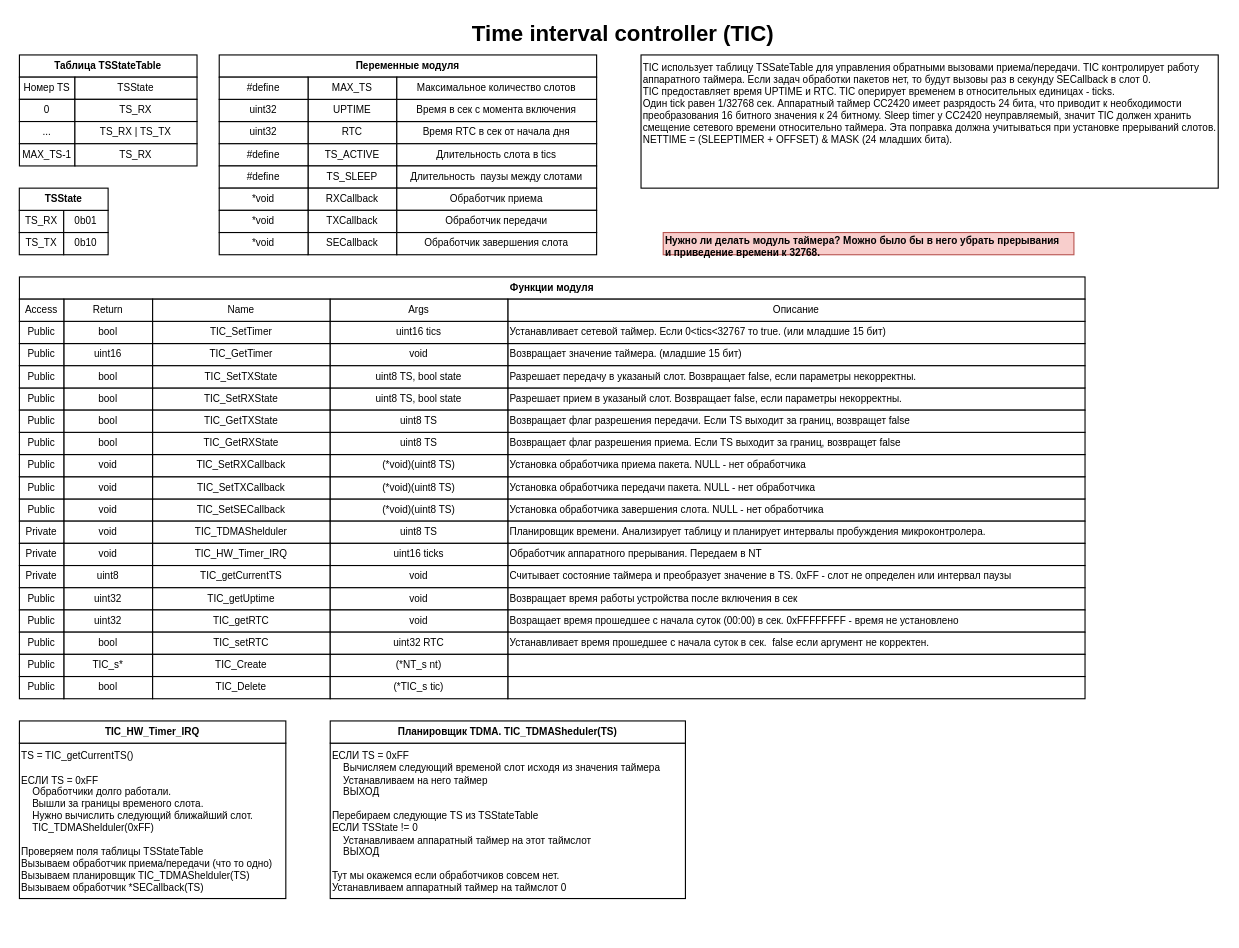
saurex83/WMNU keeps this draw.io diagram as page "TIC" (3 of 13) of documentation/programm modules/modulse struct.drawio. Above is the earlier version. Source tidied: cells renumbered, new cells numbered last; positions are measured from the earlier drawing's top-left corner, leaving out a move shared by most shapes. Both pictures are drawn from the tidied source at 111%, with x=0, y=0 at pixel (19, 21).
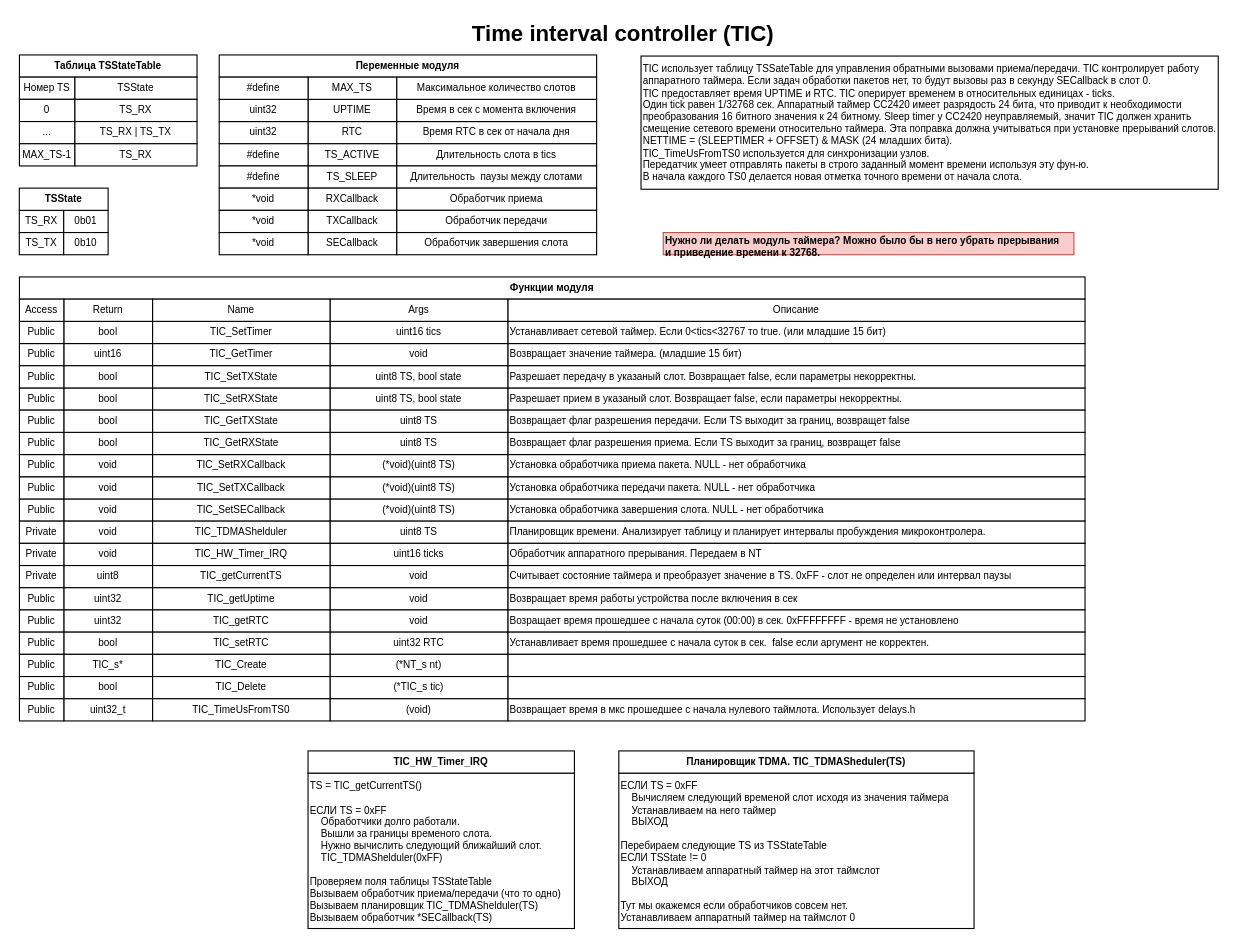
Above is the later version.

Change to the diagram source:
```diff
@@
-    <mxCell id="12" value="TIC использует таблицу TSSateTable для управления обратными вызовами приема/передачи. TIC контролирует работу аппаратного таймера. Если задач обработки пакетов нет, то будут вызовы раз в секунду SECallback в слот 0.&lt;br&gt;TIC предоставляет время UPTIME и RTC. TIC оперирует временем в относительных единицах - ticks.&lt;br&gt;Один tick равен 1/32768 сек. Аппаратный таймер CC2420 имеет разрядость 24 бита, что приводит к необходимости преобразования 16 битного значения к 24 битному. Sleep timer у CC2420 неуправляемый, значит TIC должен хранить смещение сетевого времени относительно таймера. Эта поправка должна учитываться при установке прерываний слотов.&lt;br&gt;NETTIME = (SLEEPTIMER + OFFSET) &amp;amp; MASK (24 младших бита)." style="rounded=0;whiteSpace=wrap;html=1;fontSize=9;align=left;verticalAlign=top;" parent="1" vertex="1">
-      <mxGeometry x="560" y="30" width="520" height="120" as="geometry" />
+    <mxCell id="12" value="TIC использует таблицу TSSateTable для управления обратными вызовами приема/передачи. TIC контролирует работу аппаратного таймера. Если задач обработки пакетов нет, то будут вызовы раз в секунду SECallback в слот 0.&lt;br&gt;TIC предоставляет время UPTIME и RTC. TIC оперирует временем в относительных единицах - ticks.&lt;br&gt;Один tick равен 1/32768 сек. Аппаратный таймер CC2420 имеет разрядость 24 бита, что приводит к необходимости преобразования 16 битного значения к 24 битному. Sleep timer у CC2420 неуправляемый, значит TIC должен хранить смещение сетевого времени относительно таймера. Эта поправка должна учитываться при установке прерываний слотов.&lt;br&gt;NETTIME = (SLEEPTIMER + OFFSET) &amp;amp; MASK (24 младших бита).&lt;br&gt;&lt;span style=&quot;text-align: center&quot;&gt;TIC_TimeUsFromTS0 используется для синхронизации узлов.&lt;br&gt;&lt;/span&gt;Передатчик умеет отправлять пакеты в строго заданный момент времени используя эту фун-ю.&lt;br&gt;В начала каждого TS0 делается новая отметка точного времени от начала слота." style="rounded=0;whiteSpace=wrap;html=1;fontSize=9;align=left;verticalAlign=top;" parent="1" vertex="1">
+      <mxGeometry x="560" y="31" width="520" height="120" as="geometry" />
     </mxCell>
@@
     <mxCell id="133" style="group;" parent="1" vertex="1">
-      <mxGeometry x="280" y="630" width="320" height="160" as="geometry" />
+      <mxGeometry x="540" y="657" width="320" height="160" as="geometry" />
     </mxCell>
@@
     <mxCell id="136" style="group;" parent="1" vertex="1">
-      <mxGeometry y="630" width="240" height="160" as="geometry" />
+      <mxGeometry x="260" y="657" width="240" height="160" as="geometry" />
     </mxCell>
@@
+    <mxCell id="170" style="group;" parent="1" vertex="1">
+      <mxGeometry y="610" width="960" height="20" as="geometry" />
+    </mxCell>
+    <mxCell id="171" value="uint32_t" style="rounded=0;whiteSpace=wrap;html=1;fontSize=9;" parent="170" vertex="1">
+      <mxGeometry x="40" width="80" height="20" as="geometry" />
+    </mxCell>
+    <mxCell id="172" value="TIC_TimeUsFromTS0" style="rounded=0;whiteSpace=wrap;html=1;fontSize=9;" parent="170" vertex="1">
+      <mxGeometry x="120" width="160" height="20" as="geometry" />
+    </mxCell>
+    <mxCell id="173" value="Возвращает время в мкс прошедшее с начала нулевого таймлота. Использует delays.h" style="rounded=0;whiteSpace=wrap;html=1;fontSize=9;align=left;" parent="170" vertex="1">
+      <mxGeometry x="440" width="520" height="20" as="geometry" />
+    </mxCell>
+    <mxCell id="174" value="(void)" style="rounded=0;whiteSpace=wrap;html=1;fontSize=9;" parent="170" vertex="1">
+      <mxGeometry x="280" width="160" height="20" as="geometry" />
+    </mxCell>
+    <mxCell id="175" value="Public" style="rounded=0;whiteSpace=wrap;html=1;fontSize=9;" parent="170" vertex="1">
+      <mxGeometry width="40" height="20" as="geometry" />
+    </mxCell>
```
